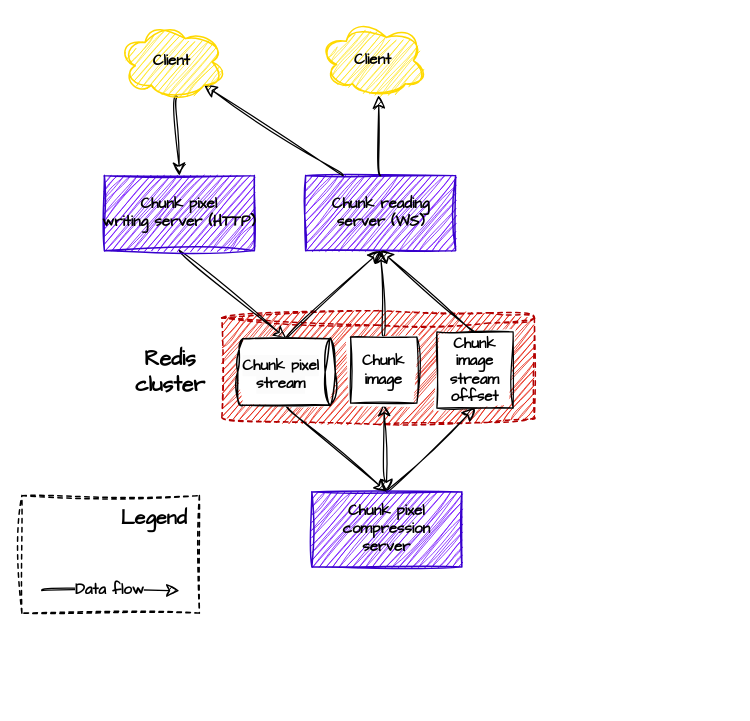
The draw.io diagram assets/system-design/raw.drawio in emptybutton/Pixel-battle-backend, before the edit. Source tidied: cells renumbered, new cells numbered last; positions are measured from the earlier drawing's top-left corner, leaving out a move shared by most shapes. Both pictures are drawn from the tidied source at 125%, with x=0, y=0 at pixel (21, 21).
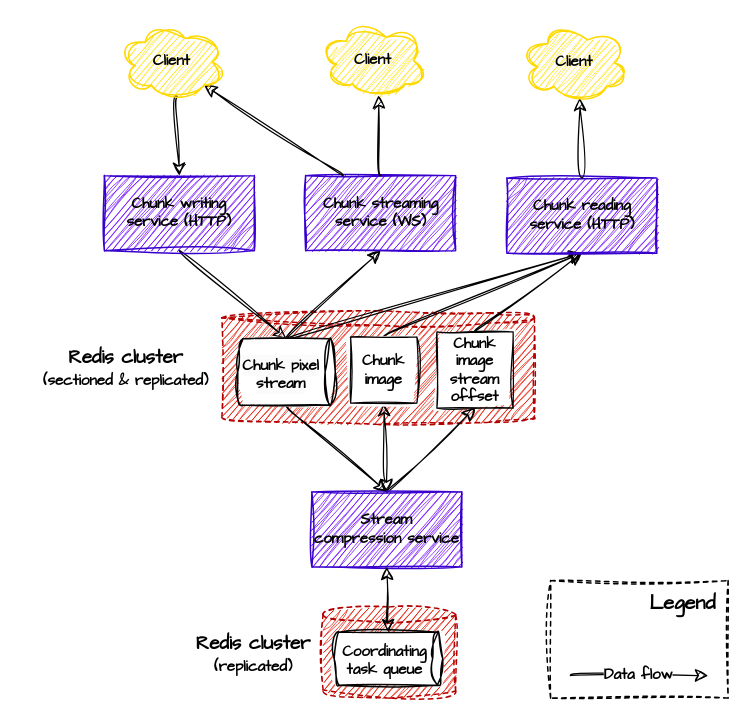
The same diagram, later.

Commit message:
doc(`system-design`): add details

The change refers to these unchanged cells:
```xml
<mxCell id="17" value="Chunk image" style="whiteSpace=wrap;html=1;sketch=1;hachureGap=4;jiggle=2;curveFitting=1;fontFamily=Architects Daughter;fontStyle=1;" parent="1" vertex="1">
  <mxGeometry x="263" y="252" width="53" height="53" as="geometry" />
</mxCell>
<mxCell id="19" value="Chunk image&lt;div&gt;stream offset&lt;/div&gt;" style="whiteSpace=wrap;html=1;sketch=1;hachureGap=4;jiggle=2;curveFitting=1;fontFamily=Architects Daughter;fontStyle=1;" parent="1" vertex="1">
  <mxGeometry x="332" y="248" width="61" height="61" as="geometry" />
</mxCell>
<mxCell id="21" style="shape=cylinder3;whiteSpace=wrap;html=1;boundedLbl=1;backgroundOutline=1;size=4.048703703703723;sketch=1;hachureGap=4;jiggle=2;curveFitting=1;fontFamily=Architects Daughter;fontStyle=1;rotation=90;labelPosition=center;verticalLabelPosition=middle;align=center;verticalAlign=middle;strokeWidth=1.2;strokeColor=default;textDirection=ltr;" parent="1" vertex="1">
  <mxGeometry x="185.2" y="241" width="53" height="78" as="geometry" />
</mxCell>
```

Diff of the diagram source:
```diff
@@
-    <mxCell id="5" value="Chunk&amp;nbsp;&lt;span style=&quot;background-color: initial;&quot;&gt;reading&lt;/span&gt;&lt;div&gt;&lt;span style=&quot;background-color: initial;&quot;&gt;server (WS)&lt;/span&gt;&lt;/div&gt;" style="rounded=0;html=1;sketch=1;hachureGap=4;jiggle=2;curveFitting=1;fontFamily=Architects Daughter;fontSize=12;strokeColor=#3700CC;align=center;verticalAlign=middle;fontColor=#000000;fillColor=#6a00ff;fontStyle=1;strokeWidth=1.2;" parent="1" vertex="1">
+    <mxCell id="5" value="Chunk&amp;nbsp;&lt;span style=&quot;background-color: initial;&quot;&gt;streaming&lt;/span&gt;&lt;div&gt;&lt;span style=&quot;background-color: initial;&quot;&gt;service (WS)&lt;/span&gt;&lt;/div&gt;" style="rounded=0;html=1;sketch=1;hachureGap=4;jiggle=2;curveFitting=1;fontFamily=Architects Daughter;fontSize=12;strokeColor=#3700CC;align=center;verticalAlign=middle;fontColor=#000000;fillColor=#6a00ff;fontStyle=1;strokeWidth=1.2;" parent="1" vertex="1">
       <mxGeometry x="227" y="123" width="120" height="60" as="geometry" />
     </mxCell>
-    <mxCell id="6" value="Redis&lt;div&gt;&lt;span style=&quot;background-color: initial;&quot;&gt;cluster&lt;/span&gt;&lt;/div&gt;" style="text;html=1;align=center;verticalAlign=middle;whiteSpace=wrap;rounded=0;fontSize=17;fontFamily=Architects Daughter;fontStyle=1;" parent="1" vertex="1">
-      <mxGeometry x="73" y="265" width="92" height="30" as="geometry" />
+    <mxCell id="6" value="Redis&amp;nbsp;&lt;span style=&quot;background-color: initial;&quot;&gt;cluster&lt;/span&gt;&lt;div&gt;&lt;font style=&quot;font-size: 12px;&quot;&gt;&lt;span style=&quot;background-color: initial;&quot;&gt;(s&lt;/span&gt;&lt;span style=&quot;background-color: initial;&quot;&gt;ectioned &amp;amp; replicated&lt;/span&gt;&lt;span style=&quot;background-color: initial;&quot;&gt;)&lt;/span&gt;&lt;/font&gt;&lt;/div&gt;" style="text;html=1;align=center;verticalAlign=middle;whiteSpace=wrap;rounded=0;fontSize=15;fontFamily=Architects Daughter;fontStyle=1;" parent="1" vertex="1">
+      <mxGeometry x="12" y="262" width="143" height="30" as="geometry" />
     </mxCell>
@@
-    <mxCell id="10" value="Chunk pixel compression&lt;div&gt;server&lt;/div&gt;" style="rounded=0;whiteSpace=wrap;html=1;sketch=1;hachureGap=4;jiggle=2;curveFitting=1;fontFamily=Architects Daughter;fillColor=#6a00ff;strokeColor=#3700CC;align=center;verticalAlign=middle;fontSize=12;fontColor=#000000;fontStyle=1;strokeWidth=1.2;" parent="1" vertex="1">
+    <mxCell id="10" value="Stream compression&amp;nbsp;&lt;span style=&quot;background-color: initial;&quot;&gt;service&lt;/span&gt;" style="rounded=0;whiteSpace=wrap;html=1;sketch=1;hachureGap=4;jiggle=2;curveFitting=1;fontFamily=Architects Daughter;fillColor=#6a00ff;strokeColor=#3700CC;align=center;verticalAlign=middle;fontSize=12;fontColor=#000000;fontStyle=1;strokeWidth=1.2;" parent="1" vertex="1">
       <mxGeometry x="232" y="376" width="120" height="60" as="geometry" />
     </mxCell>
@@
-    <mxCell id="12" value="&lt;span style=&quot;text-wrap-mode: nowrap;&quot;&gt;Chunk pixel&lt;/span&gt;&lt;div&gt;&lt;span style=&quot;background-color: initial; text-wrap-mode: nowrap;&quot;&gt;writing&lt;/span&gt;&lt;span style=&quot;background-color: initial; text-wrap-mode: nowrap;&quot;&gt;&amp;nbsp;server (HTTP)&lt;/span&gt;&lt;/div&gt;" style="rounded=0;html=1;sketch=1;hachureGap=4;jiggle=2;curveFitting=1;fontFamily=Architects Daughter;whiteSpace=wrap;fontSize=12;strokeColor=#3700CC;align=center;verticalAlign=middle;fontColor=#000000;fillColor=#6a00ff;fontStyle=1;strokeWidth=1.2;" parent="1" vertex="1">
+    <mxCell id="12" value="&lt;span style=&quot;text-wrap-mode: nowrap;&quot;&gt;Chunk&amp;nbsp;&lt;/span&gt;&lt;span style=&quot;background-color: initial; text-wrap-mode: nowrap;&quot;&gt;writing&lt;/span&gt;&lt;div&gt;&lt;span style=&quot;background-color: initial; text-wrap-mode: nowrap;&quot;&gt;service (HTTP)&lt;/span&gt;&lt;/div&gt;" style="rounded=0;html=1;sketch=1;hachureGap=4;jiggle=2;curveFitting=1;fontFamily=Architects Daughter;whiteSpace=wrap;fontSize=12;strokeColor=#3700CC;align=center;verticalAlign=middle;fontColor=#000000;fillColor=#6a00ff;fontStyle=1;strokeWidth=1.2;" parent="1" vertex="1">
       <mxGeometry x="66" y="123" width="120" height="60" as="geometry" />
     </mxCell>
@@
-    <mxCell id="16" style="edgeStyle=none;curved=1;rounded=0;sketch=1;hachureGap=4;jiggle=2;curveFitting=1;jettySize=auto;html=1;exitX=0.5;exitY=0;exitDx=0;exitDy=0;entryX=0.5;entryY=1;entryDx=0;entryDy=0;fontFamily=Architects Daughter;fontSize=12;startSize=8;endSize=8;" parent="1" edge="1" source="17" target="5">
-      <mxGeometry relative="1" as="geometry" />
-    </mxCell>
+    <mxCell id="28" style="edgeStyle=none;curved=1;rounded=0;sketch=1;hachureGap=4;jiggle=2;curveFitting=1;jettySize=auto;html=1;exitX=0.5;exitY=0;exitDx=0;exitDy=0;entryX=0.5;entryY=1;entryDx=0;entryDy=0;fontFamily=Architects Daughter;fontSize=12;startSize=8;endSize=8;" parent="1" edge="1" source="17" target="30">
+      <mxGeometry relative="1" as="geometry" />
+    </mxCell>
@@
-    <mxCell id="18" style="edgeStyle=none;curved=1;rounded=0;sketch=1;hachureGap=4;jiggle=2;curveFitting=1;jettySize=auto;html=1;exitX=0.5;exitY=0;exitDx=0;exitDy=0;fontFamily=Architects Daughter;fontSize=12;startSize=8;endSize=8;entryX=0.5;entryY=1;entryDx=0;entryDy=0;" parent="1" edge="1" source="19" target="5">
+    <mxCell id="18" style="edgeStyle=none;curved=1;rounded=0;sketch=1;hachureGap=4;jiggle=2;curveFitting=1;jettySize=auto;html=1;exitX=0.5;exitY=0;exitDx=0;exitDy=0;fontFamily=Architects Daughter;fontSize=12;startSize=8;endSize=8;entryX=0.5;entryY=1;entryDx=0;entryDy=0;" parent="1" edge="1" source="19" target="30">
       <mxGeometry relative="1" as="geometry" />
     </mxCell>
@@
+    <mxCell id="29" style="edgeStyle=none;curved=1;rounded=0;sketch=1;hachureGap=4;jiggle=2;curveFitting=1;jettySize=auto;html=1;exitX=0;exitY=0.5;exitDx=0;exitDy=0;exitPerimeter=0;entryX=0.5;entryY=1;entryDx=0;entryDy=0;fontFamily=Architects Daughter;fontSize=12;startSize=8;endSize=8;" parent="1" edge="1" source="21" target="30">
+      <mxGeometry relative="1" as="geometry" />
+    </mxCell>
@@
     <mxCell id="23" style="group;" parent="1" vertex="1">
-      <mxGeometry y="379" width="142" height="94" as="geometry" />
+      <mxGeometry x="423" y="447" width="142" height="94" as="geometry" />
     </mxCell>
@@
+    <mxCell id="30" value="Chunk &lt;span style=&quot;background-color: initial;&quot;&gt;reading&lt;/span&gt;&lt;div&gt;&lt;span style=&quot;background-color: initial;&quot;&gt;service (HTTP)&lt;/span&gt;&lt;/div&gt;" style="rounded=0;html=1;sketch=1;hachureGap=4;jiggle=2;curveFitting=1;fontFamily=Architects Daughter;fontSize=12;strokeColor=#3700CC;align=center;verticalAlign=middle;fontColor=#000000;fillColor=#6a00ff;fontStyle=1;strokeWidth=1.2;" parent="1" vertex="1">
+      <mxGeometry x="388" y="125" width="120" height="60" as="geometry" />
+    </mxCell>
+    <mxCell id="31" style="edgeStyle=none;curved=1;rounded=0;sketch=1;hachureGap=4;jiggle=2;curveFitting=1;jettySize=auto;html=1;exitX=0.5;exitY=0;exitDx=0;exitDy=0;fontFamily=Architects Daughter;fontSize=12;startSize=8;endSize=8;entryX=0.55;entryY=0.95;entryDx=0;entryDy=0;entryPerimeter=0;" parent="1" edge="1" source="30" target="32">
+      <mxGeometry relative="1" as="geometry" />
+    </mxCell>
+    <mxCell id="32" value="Client" style="ellipse;shape=cloud;whiteSpace=wrap;html=1;sketch=1;hachureGap=4;jiggle=2;curveFitting=1;fontFamily=Architects Daughter;fontStyle=1;fillColor=#ffe41a;strokeColor=#ffd900;fontColor=#000000;gradientColor=none;strokeWidth=1.2;" parent="1" vertex="1">
+      <mxGeometry x="399" y="2" width="86" height="62" as="geometry" />
+    </mxCell>
+    <mxCell id="33" style="shape=cylinder3;whiteSpace=wrap;html=1;boundedLbl=1;backgroundOutline=1;size=6.5000000000001705;sketch=1;hachureGap=4;jiggle=2;curveFitting=1;fontFamily=Architects Daughter;fontStyle=0;dashed=1;strokeColor=#B20000;fillColor=#e51400;fontColor=#ffffff;strokeWidth=1.2;" parent="1" vertex="1">
+      <mxGeometry x="241" y="468" width="106" height="73" as="geometry" />
+    </mxCell>
+    <mxCell id="34" style="shape=cylinder3;whiteSpace=wrap;html=1;boundedLbl=1;backgroundOutline=1;size=4.048703703703723;sketch=1;hachureGap=4;jiggle=2;curveFitting=1;fontFamily=Architects Daughter;fontStyle=1;rotation=90;labelPosition=center;verticalLabelPosition=middle;align=center;verticalAlign=middle;strokeWidth=1.2;strokeColor=default;textDirection=ltr;" parent="1" vertex="1">
+      <mxGeometry x="272" y="466" width="42.5" height="86.9" as="geometry" />
+    </mxCell>
+    <mxCell id="35" value="Coordinating task queue" style="text;whiteSpace=wrap;html=1;fontFamily=Architects Daughter;align=center;fontStyle=1;" parent="1" vertex="1">
+      <mxGeometry x="257" y="491" width="67" height="28" as="geometry" />
+    </mxCell>
+    <mxCell id="36" value="Redis&amp;nbsp;&lt;span style=&quot;background-color: initial;&quot;&gt;cluster&lt;/span&gt;&lt;div&gt;&lt;font style=&quot;font-size: 12px;&quot;&gt;&lt;span style=&quot;background-color: initial;&quot;&gt;(&lt;/span&gt;&lt;span style=&quot;background-color: initial;&quot;&gt;replicated&lt;/span&gt;&lt;span style=&quot;background-color: initial;&quot;&gt;)&lt;/span&gt;&lt;/font&gt;&lt;/div&gt;" style="text;html=1;align=center;verticalAlign=middle;whiteSpace=wrap;rounded=0;fontSize=15;fontFamily=Architects Daughter;fontStyle=1;" parent="1" vertex="1">
+      <mxGeometry x="129" y="481" width="113" height="49" as="geometry" />
+    </mxCell>
+    <mxCell id="37" style="edgeStyle=none;curved=1;rounded=0;sketch=1;hachureGap=4;jiggle=2;curveFitting=1;jettySize=auto;html=1;exitX=0;exitY=0.5;exitDx=0;exitDy=0;fontFamily=Architects Daughter;fontSize=12;startSize=8;endSize=8;exitPerimeter=0;entryX=0.5;entryY=1;entryDx=0;entryDy=0;endArrow=classic;endFill=1;startArrow=classic;startFill=1;" parent="1" edge="1" source="34" target="10">
+      <mxGeometry relative="1" as="geometry" />
+    </mxCell>
```
